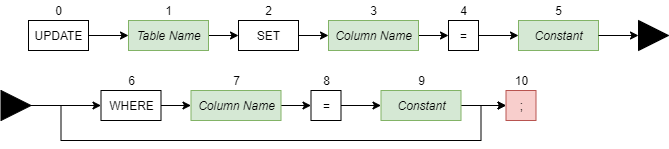
This is out/production/Masters Project/files/assets/helpscreen/UpdateDiagram.png from DeliciousWaffle/MastersProject, a draw.io export, as it was before one commit. Source tidied: cells renumbered, new cells last; positions are measured from the earlier drawing's top-left corner, leaving out a move shared by most shapes.
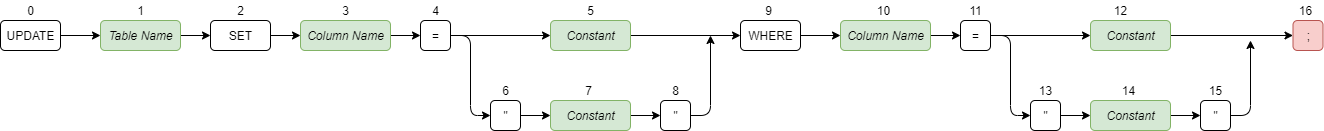
The same file after the commit.

What changed in the source:
```diff
@@ -2,124 +2,171 @@
   <root>
     <mxCell id="0" />
     <mxCell id="1" parent="0" />
-    <mxCell id="2" style="edgeStyle=orthogonalEdgeStyle;rounded=0;jettySize=auto;html=1;exitX=1;exitY=0.5;exitDx=0;exitDy=0;entryX=0;entryY=0.5;entryDx=0;entryDy=0;" parent="1" edge="1" source="3" target="6">
+    <mxCell id="2" style="edgeStyle=orthogonalEdgeStyle;jettySize=auto;html=1;exitX=1;exitY=0.5;exitDx=0;exitDy=0;entryX=0;entryY=0.5;entryDx=0;entryDy=0;" parent="1" edge="1" source="3" target="6">
       <mxGeometry relative="1" as="geometry" />
     </mxCell>
-    <mxCell id="3" value="UPDATE" style="html=1;" parent="1" vertex="1">
+    <mxCell id="3" value="UPDATE" style="html=1;rounded=1;" parent="1" vertex="1">
       <mxGeometry x="28" y="20" width="60" height="30" as="geometry" />
     </mxCell>
-    <mxCell id="4" value="0" style="text;html=1;align=center;verticalAlign=middle;" parent="1" vertex="1">
+    <mxCell id="4" value="0" style="text;html=1;align=center;verticalAlign=middle;rounded=1;" parent="1" vertex="1">
       <mxGeometry x="48" width="20" height="20" as="geometry" />
     </mxCell>
-    <mxCell id="5" style="edgeStyle=orthogonalEdgeStyle;rounded=0;jettySize=auto;html=1;exitX=1;exitY=0.5;exitDx=0;exitDy=0;entryX=0;entryY=0.5;entryDx=0;entryDy=0;" parent="1" edge="1" source="6" target="9">
+    <mxCell id="5" style="edgeStyle=orthogonalEdgeStyle;jettySize=auto;html=1;exitX=1;exitY=0.5;exitDx=0;exitDy=0;entryX=0;entryY=0.5;entryDx=0;entryDy=0;" parent="1" edge="1" source="6" target="9">
       <mxGeometry relative="1" as="geometry" />
     </mxCell>
-    <mxCell id="6" value="&lt;i&gt;Table Name&lt;/i&gt;" style="html=1;fillColor=#d5e8d4;strokeColor=#82b366;" parent="1" vertex="1">
+    <mxCell id="6" value="&lt;i&gt;Table Name&lt;/i&gt;" style="html=1;fillColor=#d5e8d4;strokeColor=#82b366;rounded=1;" parent="1" vertex="1">
       <mxGeometry x="128" y="20" width="80" height="30" as="geometry" />
     </mxCell>
-    <mxCell id="7" value="1" style="text;html=1;align=center;verticalAlign=middle;" parent="1" vertex="1">
+    <mxCell id="7" value="1" style="text;html=1;align=center;verticalAlign=middle;rounded=1;" parent="1" vertex="1">
       <mxGeometry x="158" width="20" height="20" as="geometry" />
     </mxCell>
-    <mxCell id="8" style="edgeStyle=orthogonalEdgeStyle;rounded=0;jettySize=auto;html=1;exitX=1;exitY=0.5;exitDx=0;exitDy=0;entryX=0;entryY=0.5;entryDx=0;entryDy=0;" parent="1" edge="1" source="9">
+    <mxCell id="8" style="edgeStyle=orthogonalEdgeStyle;jettySize=auto;html=1;exitX=1;exitY=0.5;exitDx=0;exitDy=0;entryX=0;entryY=0.5;entryDx=0;entryDy=0;" parent="1" edge="1" source="9">
       <mxGeometry relative="1" as="geometry">
         <mxPoint x="328" y="35" as="targetPoint" />
       </mxGeometry>
     </mxCell>
-    <mxCell id="9" value="SET" style="html=1;" parent="1" vertex="1">
+    <mxCell id="9" value="SET" style="html=1;rounded=1;" parent="1" vertex="1">
       <mxGeometry x="238" y="20" width="60" height="30" as="geometry" />
     </mxCell>
-    <mxCell id="10" value="2" style="text;html=1;align=center;verticalAlign=middle;" parent="1" vertex="1">
+    <mxCell id="10" value="2" style="text;html=1;align=center;verticalAlign=middle;rounded=1;" parent="1" vertex="1">
       <mxGeometry x="258" width="20" height="20" as="geometry" />
     </mxCell>
-    <mxCell id="11" style="edgeStyle=orthogonalEdgeStyle;rounded=0;jettySize=auto;html=1;exitX=1;exitY=0.5;exitDx=0;exitDy=0;entryX=0;entryY=0.5;entryDx=0;entryDy=0;" parent="1" edge="1" source="12" target="17">
+    <mxCell id="11" style="edgeStyle=orthogonalEdgeStyle;jettySize=auto;html=1;exitX=1;exitY=0.5;exitDx=0;exitDy=0;entryX=0;entryY=0.5;entryDx=0;entryDy=0;" parent="1" edge="1" source="12" target="17">
       <mxGeometry relative="1" as="geometry" />
     </mxCell>
-    <mxCell id="12" value="&lt;i&gt;Column Name&lt;/i&gt;" style="html=1;fillColor=#d5e8d4;strokeColor=#82b366;" parent="1" vertex="1">
+    <mxCell id="12" value="&lt;i&gt;Column Name&lt;/i&gt;" style="html=1;fillColor=#d5e8d4;strokeColor=#82b366;rounded=1;" parent="1" vertex="1">
       <mxGeometry x="328" y="20" width="90" height="30" as="geometry" />
     </mxCell>
-    <mxCell id="13" value="3" style="text;html=1;align=center;verticalAlign=middle;" parent="1" vertex="1">
+    <mxCell id="13" value="3" style="text;html=1;align=center;verticalAlign=middle;rounded=1;" parent="1" vertex="1">
       <mxGeometry x="363" width="20" height="20" as="geometry" />
     </mxCell>
-    <mxCell id="14" value=";" style="html=1;fillColor=#f8cecc;strokeColor=#b85450;" parent="1" vertex="1">
-      <mxGeometry x="505.5" y="90" width="30" height="30" as="geometry" />
+    <mxCell id="14" value=";" style="html=1;fillColor=#f8cecc;strokeColor=#b85450;rounded=1;" parent="1" vertex="1">
+      <mxGeometry x="1320.5" y="20" width="30" height="30" as="geometry" />
     </mxCell>
-    <mxCell id="15" value="10" style="text;html=1;align=center;verticalAlign=middle;" parent="1" vertex="1">
-      <mxGeometry x="505.5" y="70" width="30" height="20" as="geometry" />
+    <mxCell id="15" value="16" style="text;html=1;align=center;verticalAlign=middle;rounded=1;" parent="1" vertex="1">
+      <mxGeometry x="1318" width="30" height="20" as="geometry" />
     </mxCell>
-    <mxCell id="16" style="edgeStyle=orthogonalEdgeStyle;rounded=0;jettySize=auto;html=1;exitX=1;exitY=0.5;exitDx=0;exitDy=0;entryX=0;entryY=0.5;entryDx=0;entryDy=0;" parent="1" edge="1" source="17" target="19">
+    <mxCell id="16" style="edgeStyle=orthogonalEdgeStyle;jettySize=auto;html=1;exitX=1;exitY=0.5;exitDx=0;exitDy=0;entryX=0;entryY=0.5;entryDx=0;entryDy=0;" parent="1" edge="1" source="17" target="54">
       <mxGeometry relative="1" as="geometry" />
     </mxCell>
+    <mxCell id="38" style="edgeStyle=orthogonalEdgeStyle;rounded=1;jettySize=auto;html=1;exitX=1;exitY=0.5;exitDx=0;exitDy=0;" parent="1" edge="1" source="17" target="19">
+      <mxGeometry relative="1" as="geometry" />
+    </mxCell>
-    <mxCell id="17" value="=" style="html=1;" parent="1" vertex="1">
+    <mxCell id="17" value="=" style="html=1;rounded=1;" parent="1" vertex="1">
       <mxGeometry x="448" y="20" width="30" height="30" as="geometry" />
     </mxCell>
-    <mxCell id="18" value="4" style="text;html=1;align=center;verticalAlign=middle;" parent="1" vertex="1">
+    <mxCell id="18" value="4" style="text;html=1;align=center;verticalAlign=middle;rounded=1;" parent="1" vertex="1">
       <mxGeometry x="453" width="20" height="20" as="geometry" />
     </mxCell>
+    <mxCell id="39" style="edgeStyle=orthogonalEdgeStyle;rounded=1;jettySize=auto;html=1;exitX=1;exitY=0.5;exitDx=0;exitDy=0;entryX=0;entryY=0.5;entryDx=0;entryDy=0;" parent="1" edge="1" source="19" target="27">
+      <mxGeometry relative="1" as="geometry" />
+    </mxCell>
-    <mxCell id="19" value="&lt;i&gt;Constant&lt;/i&gt;" style="html=1;fillColor=#d5e8d4;strokeColor=#82b366;" parent="1" vertex="1">
-      <mxGeometry x="518" y="20" width="80" height="30" as="geometry" />
+    <mxCell id="19" value="&lt;i&gt;Constant&lt;/i&gt;" style="html=1;fillColor=#d5e8d4;strokeColor=#82b366;rounded=1;" parent="1" vertex="1">
+      <mxGeometry x="578" y="20" width="80" height="30" as="geometry" />
     </mxCell>
-    <mxCell id="20" value="5" style="text;html=1;align=center;verticalAlign=middle;" parent="1" vertex="1">
-      <mxGeometry x="548" width="20" height="20" as="geometry" />
+    <mxCell id="20" value="5" style="text;html=1;align=center;verticalAlign=middle;rounded=1;" parent="1" vertex="1">
+      <mxGeometry x="608" width="20" height="20" as="geometry" />
     </mxCell>
-    <mxCell id="21" style="triangle;whiteSpace=wrap;html=1;fillColor=#000000;" parent="1" vertex="1">
-      <mxGeometry x="638" y="20" width="30" height="30" as="geometry" />
-    </mxCell>
-    <mxCell id="22" style="edgeStyle=orthogonalEdgeStyle;rounded=0;jettySize=auto;html=1;exitX=1;exitY=0.5;exitDx=0;exitDy=0;" parent="1" edge="1" source="19" target="21">
-      <mxGeometry relative="1" as="geometry" />
-    </mxCell>
-    <mxCell id="23" style="edgeStyle=orthogonalEdgeStyle;rounded=0;jettySize=auto;html=1;exitX=1;exitY=0.5;exitDx=0;exitDy=0;entryX=0;entryY=0.5;entryDx=0;entryDy=0;" parent="1" edge="1" source="25" target="27">
-      <mxGeometry relative="1" as="geometry" />
+    <mxCell id="23" style="edgeStyle=orthogonalEdgeStyle;jettySize=auto;html=1;exitX=1;exitY=0.5;exitDx=0;exitDy=0;" parent="1" edge="1" source="55">
+      <mxGeometry relative="1" as="geometry">
+        <mxPoint x="738" y="35" as="targetPoint" />
+      </mxGeometry>
     </mxCell>
-    <mxCell id="24" style="edgeStyle=orthogonalEdgeStyle;rounded=0;jettySize=auto;html=1;exitX=1;exitY=0.5;exitDx=0;exitDy=0;entryX=0;entryY=0.5;entryDx=0;entryDy=0;" parent="1" edge="1" source="25" target="14">
-      <mxGeometry relative="1" as="geometry">
-        <Array as="points">
-          <mxPoint x="60.5" y="105" />
-          <mxPoint x="60.5" y="140" />
-          <mxPoint x="480.5" y="140" />
-          <mxPoint x="480.5" y="105" />
-        </Array>
-      </mxGeometry>
-    </mxCell>
-    <mxCell id="25" style="triangle;whiteSpace=wrap;html=1;fillColor=#000000;" parent="1" vertex="1">
-      <mxGeometry x="0.5" y="90" width="30" height="30" as="geometry" />
-    </mxCell>
-    <mxCell id="26" style="edgeStyle=orthogonalEdgeStyle;rounded=0;jettySize=auto;html=1;exitX=1;exitY=0.5;exitDx=0;exitDy=0;entryX=0;entryY=0.5;entryDx=0;entryDy=0;" parent="1" edge="1" source="27">
-      <mxGeometry relative="1" as="geometry">
-        <mxPoint x="190.5" y="105" as="targetPoint" />
-      </mxGeometry>
+    <mxCell id="26" style="edgeStyle=orthogonalEdgeStyle;jettySize=auto;html=1;exitX=1;exitY=0.5;exitDx=0;exitDy=0;entryX=0;entryY=0.5;entryDx=0;entryDy=0;" parent="1" edge="1" source="27" target="30">
+      <mxGeometry relative="1" as="geometry" />
     </mxCell>
-    <mxCell id="27" value="WHERE" style="html=1;" parent="1" vertex="1">
-      <mxGeometry x="100.5" y="90" width="60" height="30" as="geometry" />
+    <mxCell id="27" value="WHERE" style="html=1;rounded=1;" parent="1" vertex="1">
+      <mxGeometry x="768" y="20" width="60" height="30" as="geometry" />
     </mxCell>
-    <mxCell id="28" value="6" style="text;html=1;align=center;verticalAlign=middle;" parent="1" vertex="1">
-      <mxGeometry x="120.5" y="70" width="20" height="20" as="geometry" />
+    <mxCell id="28" value="9" style="text;html=1;align=center;verticalAlign=middle;rounded=1;" parent="1" vertex="1">
+      <mxGeometry x="785.5" width="20" height="20" as="geometry" />
     </mxCell>
-    <mxCell id="29" style="edgeStyle=orthogonalEdgeStyle;rounded=0;jettySize=auto;html=1;exitX=1;exitY=0.5;exitDx=0;exitDy=0;entryX=0;entryY=0.5;entryDx=0;entryDy=0;" parent="1" edge="1" source="30" target="33">
+    <mxCell id="29" style="edgeStyle=orthogonalEdgeStyle;jettySize=auto;html=1;exitX=1;exitY=0.5;exitDx=0;exitDy=0;entryX=0;entryY=0.5;entryDx=0;entryDy=0;" parent="1" edge="1" source="30" target="33">
       <mxGeometry relative="1" as="geometry" />
     </mxCell>
-    <mxCell id="30" value="&lt;i&gt;Column Name&lt;/i&gt;" style="html=1;fillColor=#d5e8d4;strokeColor=#82b366;" parent="1" vertex="1">
-      <mxGeometry x="190.5" y="90" width="90" height="30" as="geometry" />
+    <mxCell id="30" value="&lt;i&gt;Column Name&lt;/i&gt;" style="html=1;fillColor=#d5e8d4;strokeColor=#82b366;rounded=1;" parent="1" vertex="1">
+      <mxGeometry x="868" y="20" width="90" height="30" as="geometry" />
     </mxCell>
-    <mxCell id="31" value="7" style="text;html=1;align=center;verticalAlign=middle;" parent="1" vertex="1">
-      <mxGeometry x="225.5" y="70" width="20" height="20" as="geometry" />
+    <mxCell id="31" value="10" style="text;html=1;align=center;verticalAlign=middle;rounded=1;" parent="1" vertex="1">
+      <mxGeometry x="895.5" width="30" height="20" as="geometry" />
     </mxCell>
-    <mxCell id="32" style="edgeStyle=orthogonalEdgeStyle;rounded=0;jettySize=auto;html=1;exitX=1;exitY=0.5;exitDx=0;exitDy=0;entryX=0;entryY=0.5;entryDx=0;entryDy=0;" parent="1" edge="1" source="33" target="36">
+    <mxCell id="32" style="edgeStyle=orthogonalEdgeStyle;jettySize=auto;html=1;exitX=1;exitY=0.5;exitDx=0;exitDy=0;entryX=0;entryY=0.5;entryDx=0;entryDy=0;" parent="1" edge="1" source="33" target="36">
       <mxGeometry relative="1" as="geometry" />
     </mxCell>
+    <mxCell id="40" style="edgeStyle=orthogonalEdgeStyle;rounded=1;jettySize=auto;html=1;exitX=1;exitY=0.5;exitDx=0;exitDy=0;entryX=0;entryY=0.5;entryDx=0;entryDy=0;" parent="1" edge="1" source="33" target="45">
+      <mxGeometry relative="1" as="geometry" />
+    </mxCell>
-    <mxCell id="33" value="=" style="html=1;" parent="1" vertex="1">
-      <mxGeometry x="310.5" y="90" width="30" height="30" as="geometry" />
+    <mxCell id="33" value="=" style="html=1;rounded=1;" parent="1" vertex="1">
+      <mxGeometry x="988" y="20" width="30" height="30" as="geometry" />
     </mxCell>
-    <mxCell id="34" value="8" style="text;html=1;align=center;verticalAlign=middle;" parent="1" vertex="1">
-      <mxGeometry x="315.5" y="70" width="20" height="20" as="geometry" />
+    <mxCell id="34" value="11" style="text;html=1;align=center;verticalAlign=middle;rounded=1;" parent="1" vertex="1">
+      <mxGeometry x="988" width="30" height="20" as="geometry" />
     </mxCell>
-    <mxCell id="35" style="edgeStyle=orthogonalEdgeStyle;rounded=0;jettySize=auto;html=1;exitX=1;exitY=0.5;exitDx=0;exitDy=0;entryX=0;entryY=0.5;entryDx=0;entryDy=0;" parent="1" edge="1" source="36" target="14">
+    <mxCell id="35" style="edgeStyle=orthogonalEdgeStyle;jettySize=auto;html=1;exitX=1;exitY=0.5;exitDx=0;exitDy=0;entryX=0;entryY=0.5;entryDx=0;entryDy=0;" parent="1" edge="1" source="36" target="14">
       <mxGeometry relative="1" as="geometry" />
     </mxCell>
-    <mxCell id="36" value="&lt;i&gt;Constant&lt;/i&gt;" style="html=1;fillColor=#d5e8d4;strokeColor=#82b366;" parent="1" vertex="1">
-      <mxGeometry x="380.5" y="90" width="80" height="30" as="geometry" />
+    <mxCell id="36" value="&lt;i&gt;Constant&lt;/i&gt;" style="html=1;fillColor=#d5e8d4;strokeColor=#82b366;rounded=1;" parent="1" vertex="1">
+      <mxGeometry x="1118" y="20" width="80" height="30" as="geometry" />
     </mxCell>
-    <mxCell id="37" value="9" style="text;html=1;align=center;verticalAlign=middle;" parent="1" vertex="1">
-      <mxGeometry x="410.5" y="70" width="20" height="20" as="geometry" />
+    <mxCell id="37" value="12" style="text;html=1;align=center;verticalAlign=middle;rounded=1;" parent="1" vertex="1">
+      <mxGeometry x="1133" width="30" height="20" as="geometry" />
     </mxCell>
+    <mxCell id="41" style="edgeStyle=orthogonalEdgeStyle;rounded=0;jettySize=auto;html=1;exitX=1;exitY=0.5;exitDx=0;exitDy=0;entryX=0;entryY=0.5;entryDx=0;entryDy=0;" parent="1" edge="1" source="42" target="47">
+      <mxGeometry relative="1" as="geometry" />
+    </mxCell>
+    <mxCell id="42" value="&lt;i&gt;Constant&lt;/i&gt;" style="html=1;fillColor=#d5e8d4;strokeColor=#82b366;rounded=1;" parent="1" vertex="1">
+      <mxGeometry x="1118" y="100" width="80" height="30" as="geometry" />
+    </mxCell>
+    <mxCell id="43" value="14" style="text;html=1;align=center;verticalAlign=middle;rounded=1;" parent="1" vertex="1">
+      <mxGeometry x="1140.5" y="80" width="30" height="20" as="geometry" />
+    </mxCell>
+    <mxCell id="44" style="edgeStyle=orthogonalEdgeStyle;rounded=0;jettySize=auto;html=1;exitX=1;exitY=0.5;exitDx=0;exitDy=0;entryX=0;entryY=0.5;entryDx=0;entryDy=0;" parent="1" edge="1" source="45" target="42">
+      <mxGeometry relative="1" as="geometry" />
+    </mxCell>
+    <mxCell id="45" value="&quot;" style="html=1;rounded=1;" parent="1" vertex="1">
+      <mxGeometry x="1058" y="100" width="30" height="30" as="geometry" />
+    </mxCell>
+    <mxCell id="46" style="edgeStyle=orthogonalEdgeStyle;rounded=1;jettySize=auto;html=1;exitX=1;exitY=0.5;exitDx=0;exitDy=0;" parent="1" edge="1" source="47">
+      <mxGeometry relative="1" as="geometry">
+        <mxPoint x="1278" y="40" as="targetPoint" />
+        <Array as="points">
+          <mxPoint x="1278" y="115" />
+          <mxPoint x="1278" y="40" />
+        </Array>
+      </mxGeometry>
+    </mxCell>
+    <mxCell id="47" value="&quot;" style="html=1;rounded=1;" parent="1" vertex="1">
+      <mxGeometry x="1228" y="100" width="30" height="30" as="geometry" />
+    </mxCell>
+    <mxCell id="48" value="13" style="text;html=1;align=center;verticalAlign=middle;rounded=1;" parent="1" vertex="1">
+      <mxGeometry x="1058" y="80" width="30" height="20" as="geometry" />
+    </mxCell>
+    <mxCell id="49" value="15" style="text;html=1;align=center;verticalAlign=middle;rounded=1;" parent="1" vertex="1">
+      <mxGeometry x="1228" y="80" width="30" height="20" as="geometry" />
+    </mxCell>
+    <mxCell id="50" style="edgeStyle=orthogonalEdgeStyle;rounded=0;jettySize=auto;html=1;exitX=1;exitY=0.5;exitDx=0;exitDy=0;entryX=0;entryY=0.5;entryDx=0;entryDy=0;" parent="1" edge="1" source="51" target="55">
+      <mxGeometry relative="1" as="geometry" />
+    </mxCell>
+    <mxCell id="51" value="&lt;i&gt;Constant&lt;/i&gt;" style="html=1;fillColor=#d5e8d4;strokeColor=#82b366;rounded=1;" parent="1" vertex="1">
+      <mxGeometry x="578" y="100" width="80" height="30" as="geometry" />
+    </mxCell>
+    <mxCell id="52" value="7" style="text;html=1;align=center;verticalAlign=middle;rounded=1;" parent="1" vertex="1">
+      <mxGeometry x="605.5" y="80" width="20" height="20" as="geometry" />
+    </mxCell>
+    <mxCell id="53" style="edgeStyle=orthogonalEdgeStyle;rounded=0;jettySize=auto;html=1;exitX=1;exitY=0.5;exitDx=0;exitDy=0;entryX=0;entryY=0.5;entryDx=0;entryDy=0;" parent="1" edge="1" source="54" target="51">
+      <mxGeometry relative="1" as="geometry" />
+    </mxCell>
+    <mxCell id="54" value="&quot;" style="html=1;rounded=1;" parent="1" vertex="1">
+      <mxGeometry x="518" y="100" width="30" height="30" as="geometry" />
+    </mxCell>
+    <mxCell id="55" value="&quot;" style="html=1;rounded=1;" parent="1" vertex="1">
+      <mxGeometry x="688" y="100" width="30" height="30" as="geometry" />
+    </mxCell>
+    <mxCell id="56" value="6" style="text;html=1;align=center;verticalAlign=middle;rounded=1;" parent="1" vertex="1">
+      <mxGeometry x="523" y="80" width="20" height="20" as="geometry" />
+    </mxCell>
+    <mxCell id="57" value="8" style="text;html=1;align=center;verticalAlign=middle;rounded=1;" parent="1" vertex="1">
+      <mxGeometry x="693" y="80" width="20" height="20" as="geometry" />
+    </mxCell>
   </root>
 </mxGraphModel>
```
